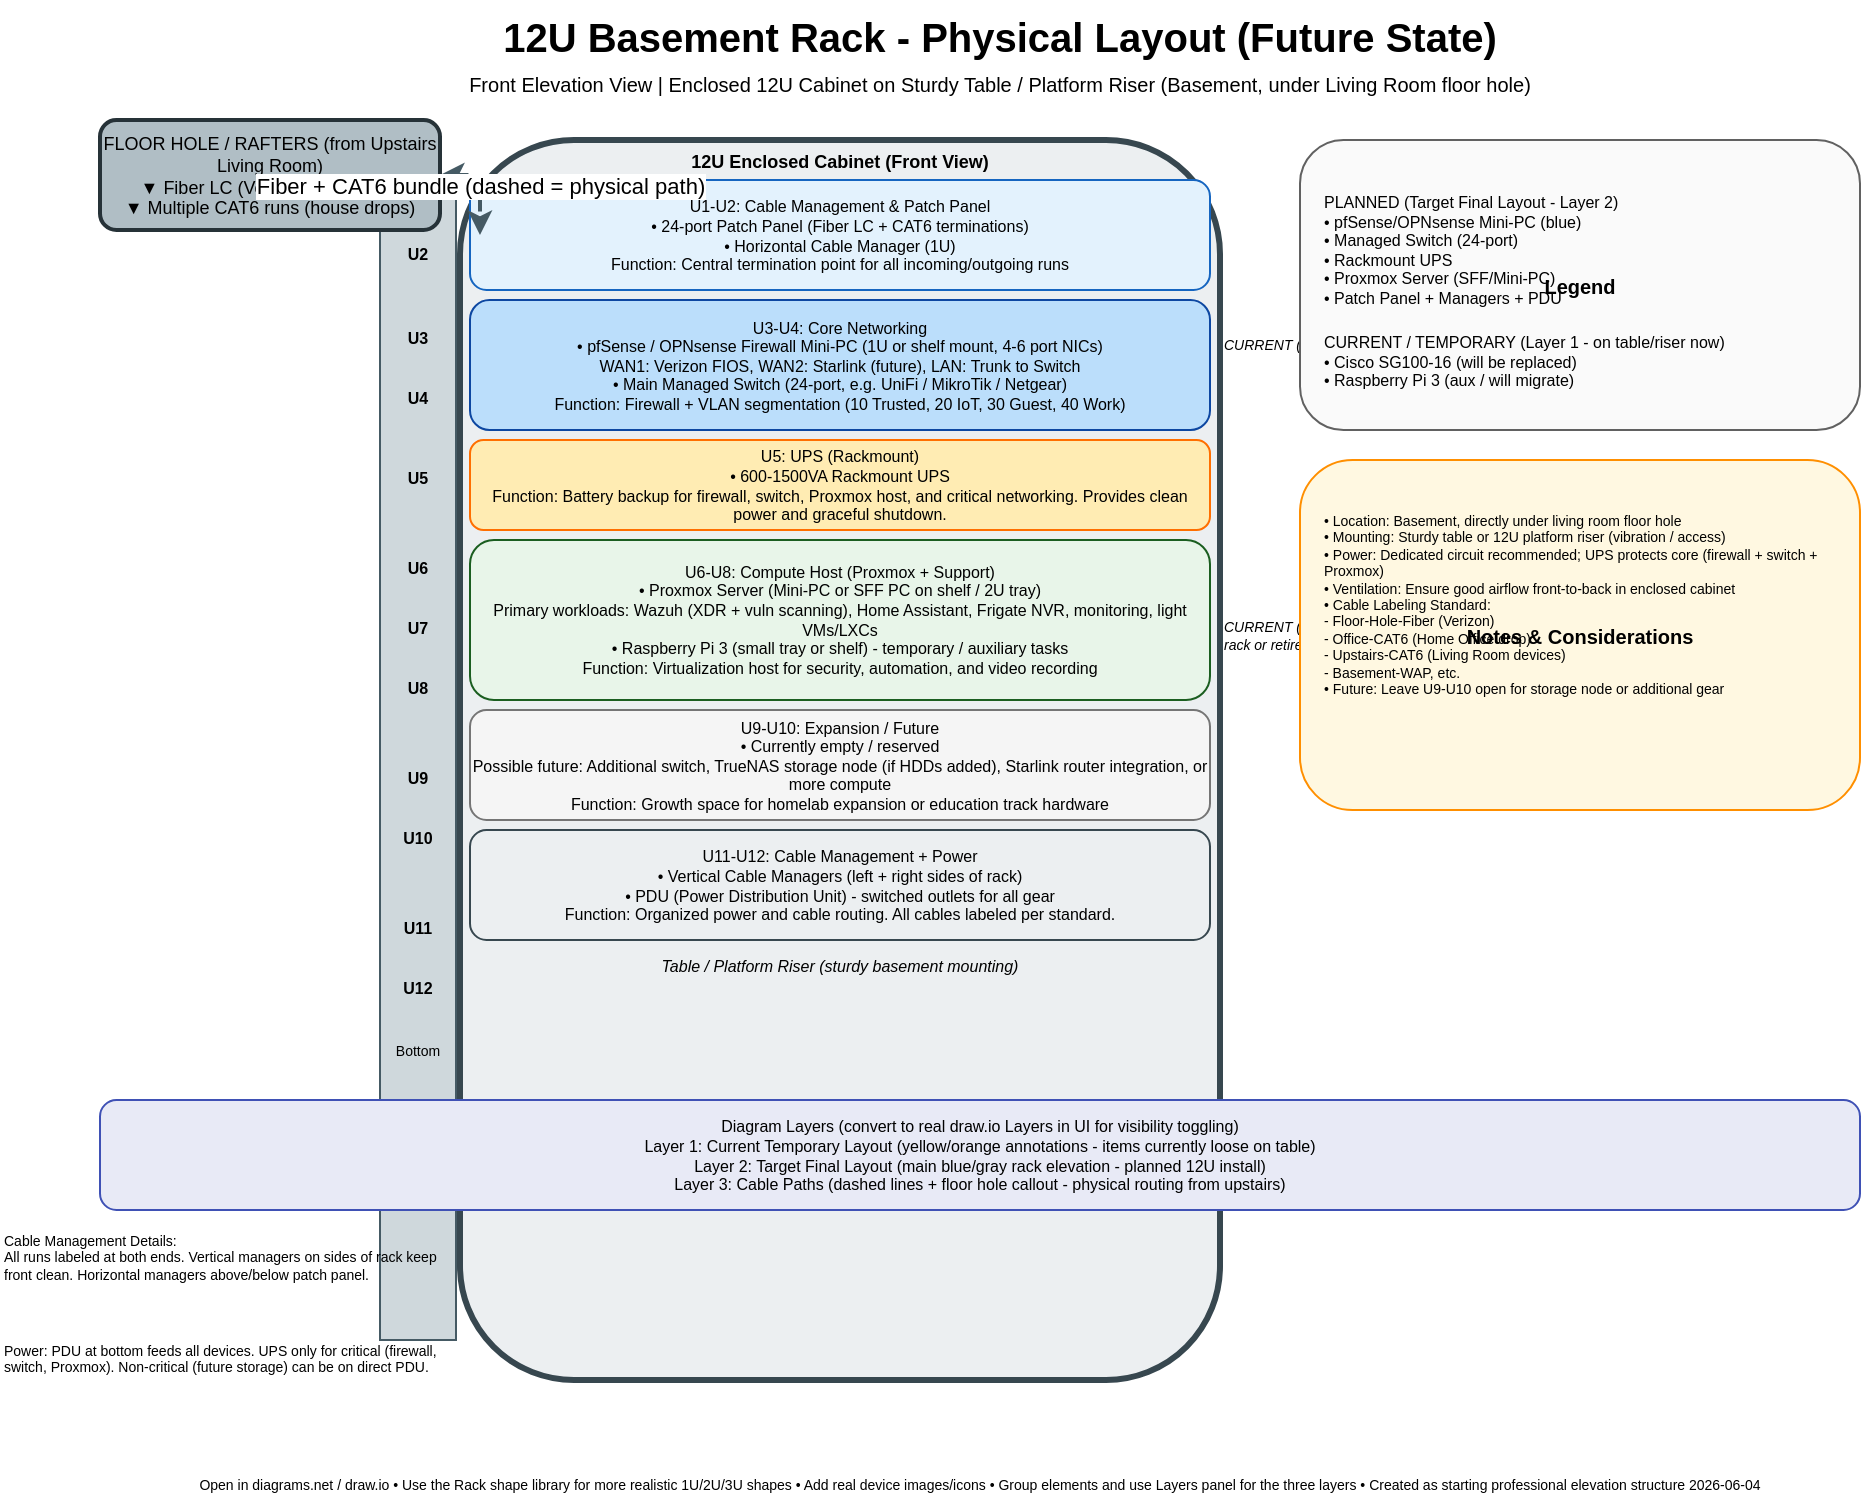
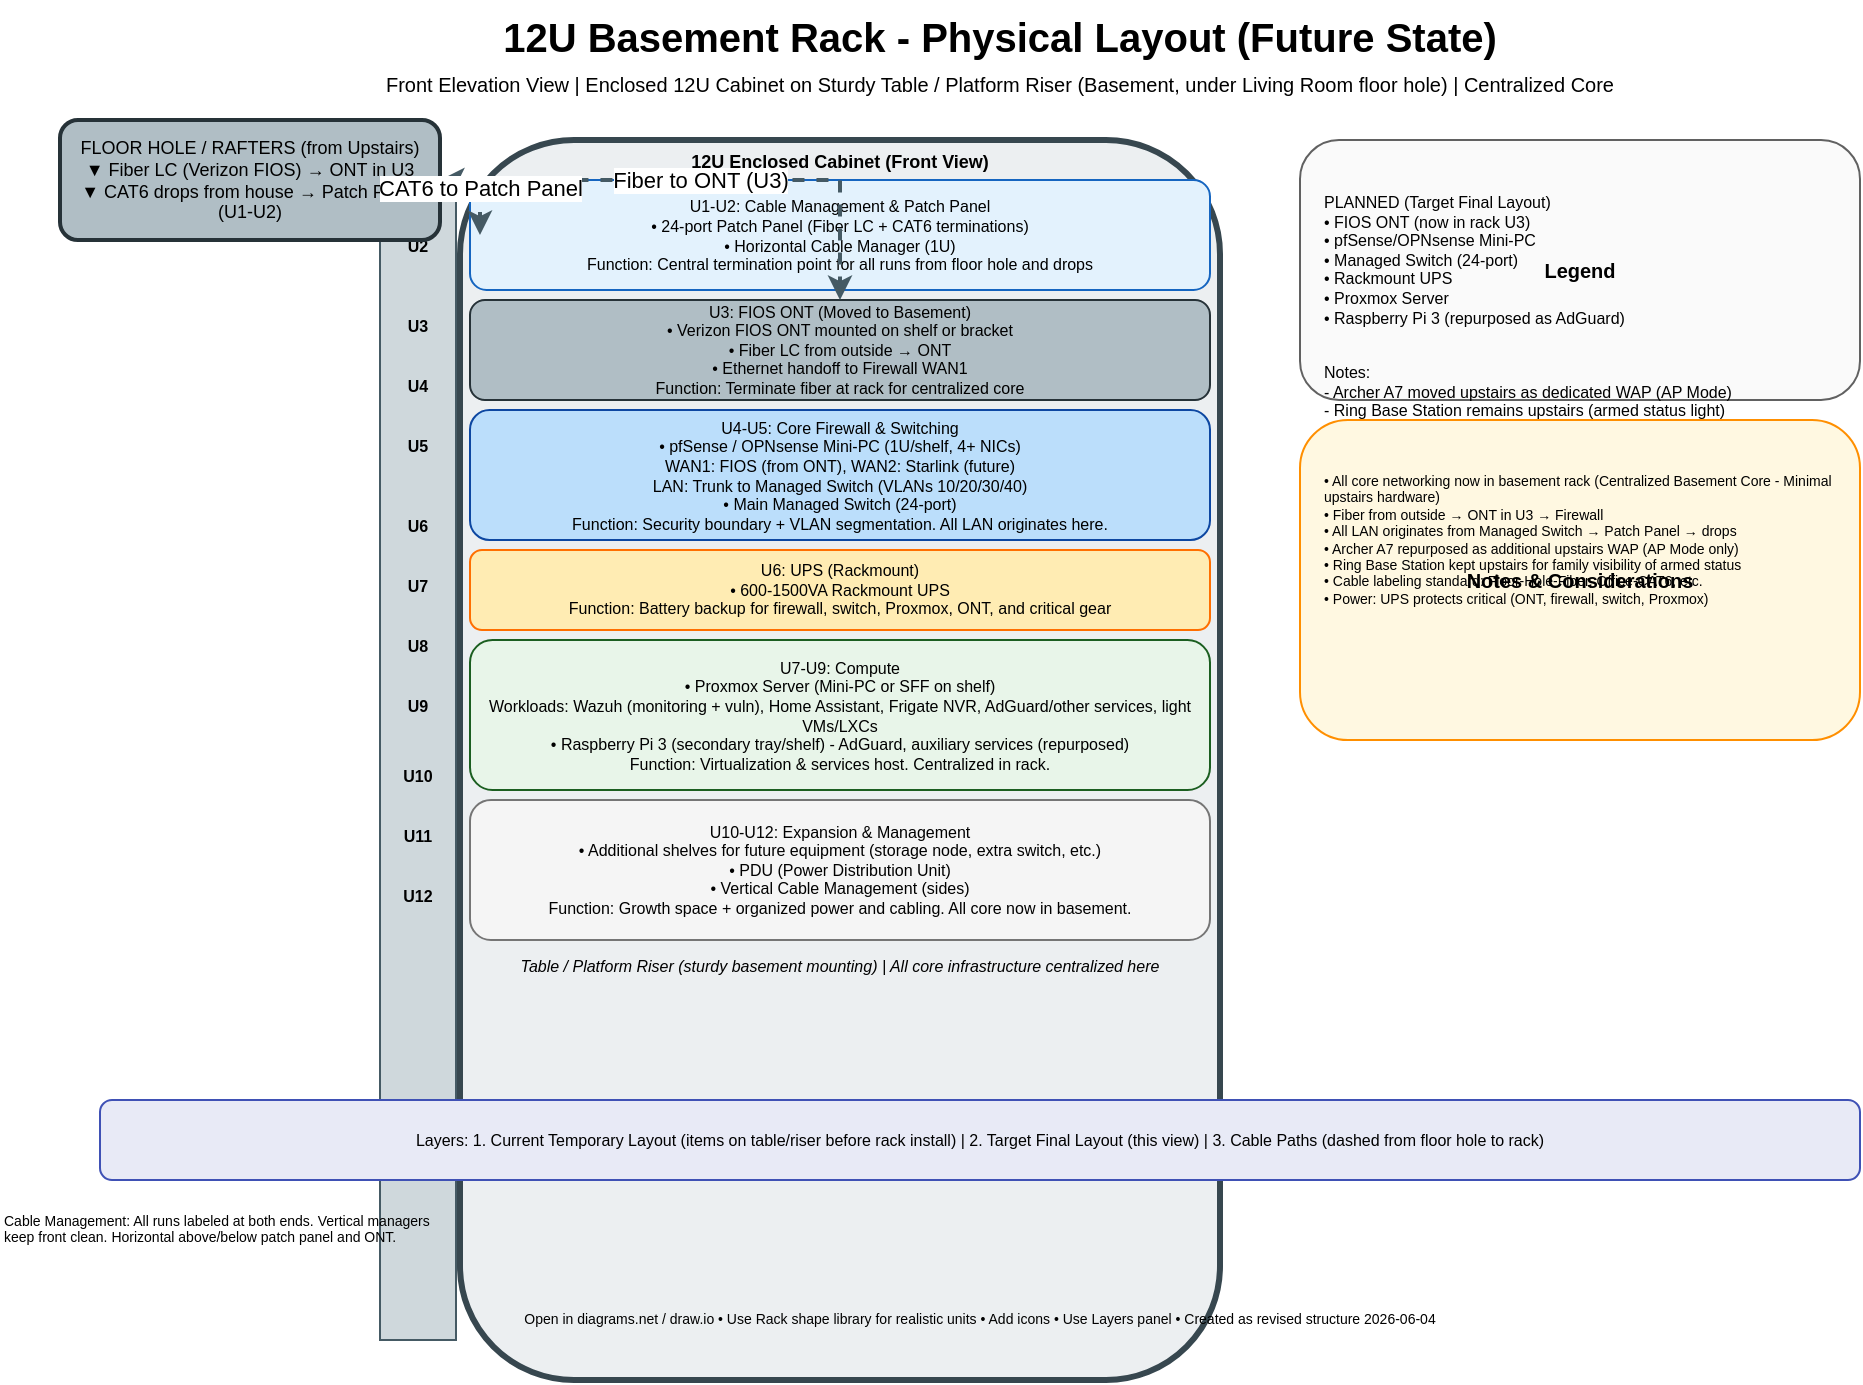
- <mxfile host="app.diagrams.net" modified="2026-06-04T14:30:00.000Z" agent="Grok-4.3" version="24.0.0" etag="rack-layout-v1">
-   <diagram name="12U Basement Rack - Physical Layout (Future State)" id="rack-12u-elevation">
+ <mxfile host="app.diagrams.net" modified="2026-06-04T15:00:00.000Z" agent="Grok-4.3" version="24.0.0" etag="rack-layout-revised">
+   <diagram name="12U Basement Rack - Physical Layout (Future State)" id="rack-12u-revised">
    <mxGraphModel dx="1200" dy="900" grid="1" gridSize="10" guides="1" tooltips="1" connect="1" arrows="1" fold="1" page="1" pageScale="1" pageWidth="1100" pageHeight="1200" math="0" shadow="0">
      <root>
        <mxCell id="0" />
        <mxCell id="1" parent="0" />

-         <!-- ==================== TITLE ==================== -->
+         <!-- Title -->
        <mxCell id="title" value="12U Basement Rack - Physical Layout (Future State)" style="text;html=1;strokeColor=none;fillColor=none;align=center;verticalAlign=middle;whiteSpace=wrap;rounded=0;fontSize=20;fontStyle=1;color=#1565C0;" vertex="1" parent="1">
          <mxGeometry x="200" y="10" width="700" height="35" as="geometry" />
        </mxCell>
-         <mxCell id="subtitle" value="Front Elevation View | Enclosed 12U Cabinet on Sturdy Table / Platform Riser (Basement, under Living Room floor hole)" style="text;html=1;strokeColor=none;fillColor=none;align=center;verticalAlign=middle;whiteSpace=wrap;rounded=0;fontSize=10;color=#424242;" vertex="1" parent="1">
+         <mxCell id="subtitle" value="Front Elevation View | Enclosed 12U Cabinet on Sturdy Table / Platform Riser (Basement, under Living Room floor hole) | Centralized Core" style="text;html=1;strokeColor=none;fillColor=none;align=center;verticalAlign=middle;whiteSpace=wrap;rounded=0;fontSize=10;color=#424242;" vertex="1" parent="1">
          <mxGeometry x="150" y="42" width="800" height="20" as="geometry" />
        </mxCell>

-         <!-- ==================== RACK FRAME ==================== -->
-         <!-- Outer Rack Cabinet -->
+         <!-- Rack Frame -->
        <mxCell id="rack-frame" value="" style="rounded=1;whiteSpace=wrap;html=1;fillColor=#ECEFF1;strokeColor=#37474F;strokeWidth=3;" vertex="1" parent="1">
          <mxGeometry x="280" y="80" width="380" height="620" as="geometry" />
        </mxCell>
        <mxCell id="rack-frame-top" value="12U Enclosed Cabinet (Front View)" style="text;html=1;strokeColor=none;fillColor=none;align=center;verticalAlign=middle;whiteSpace=wrap;rounded=0;fontSize=9;fontStyle=1;color=#37474F;" vertex="1" parent="1">
          <mxGeometry x="280" y="82" width="380" height="18" as="geometry" />
        </mxCell>

-         <!-- U Ruler / Labels on left side of rack -->
+         <!-- U Ruler left -->
        <mxCell id="u-ruler-bg" value="" style="rounded=0;whiteSpace=wrap;html=1;fillColor=#CFD8DC;strokeColor=#455A64;strokeWidth=1;" vertex="1" parent="1">
          <mxGeometry x="240" y="100" width="38" height="580" as="geometry" />
        </mxCell>

-         <!-- U labels (approximate positions; U1 top) -->
+         <!-- U labels U1 (top) to U12 (bottom) -->
        <mxCell id="u1-label" value="U1" style="text;html=1;strokeColor=none;fillColor=none;align=center;verticalAlign=middle;whiteSpace=wrap;rounded=0;fontSize=8;fontStyle=1;" vertex="1" parent="1">
-           <mxGeometry x="240" y="102" width="38" height="18" as="geometry" />
+           <mxGeometry x="240" y="102" width="38" height="16" as="geometry" />
        </mxCell>
        <mxCell id="u2-label" value="U2" style="text;html=1;strokeColor=none;fillColor=none;align=center;verticalAlign=middle;whiteSpace=wrap;rounded=0;fontSize=8;fontStyle=1;" vertex="1" parent="1">
-           <mxGeometry x="240" y="128" width="38" height="18" as="geometry" />
+           <mxGeometry x="240" y="125" width="38" height="16" as="geometry" />
        </mxCell>
        <mxCell id="u3-label" value="U3" style="text;html=1;strokeColor=none;fillColor=none;align=center;verticalAlign=middle;whiteSpace=wrap;rounded=0;fontSize=8;fontStyle=1;" vertex="1" parent="1">
-           <mxGeometry x="240" y="170" width="38" height="18" as="geometry" />
+           <mxGeometry x="240" y="165" width="38" height="16" as="geometry" />
        </mxCell>
        <mxCell id="u4-label" value="U4" style="text;html=1;strokeColor=none;fillColor=none;align=center;verticalAlign=middle;whiteSpace=wrap;rounded=0;fontSize=8;fontStyle=1;" vertex="1" parent="1">
-           <mxGeometry x="240" y="200" width="38" height="18" as="geometry" />
+           <mxGeometry x="240" y="195" width="38" height="16" as="geometry" />
        </mxCell>
        <mxCell id="u5-label" value="U5" style="text;html=1;strokeColor=none;fillColor=none;align=center;verticalAlign=middle;whiteSpace=wrap;rounded=0;fontSize=8;fontStyle=1;" vertex="1" parent="1">
-           <mxGeometry x="240" y="240" width="38" height="18" as="geometry" />
+           <mxGeometry x="240" y="225" width="38" height="16" as="geometry" />
        </mxCell>
        <mxCell id="u6-label" value="U6" style="text;html=1;strokeColor=none;fillColor=none;align=center;verticalAlign=middle;whiteSpace=wrap;rounded=0;fontSize=8;fontStyle=1;" vertex="1" parent="1">
-           <mxGeometry x="240" y="285" width="38" height="18" as="geometry" />
+           <mxGeometry x="240" y="265" width="38" height="16" as="geometry" />
        </mxCell>
        <mxCell id="u7-label" value="U7" style="text;html=1;strokeColor=none;fillColor=none;align=center;verticalAlign=middle;whiteSpace=wrap;rounded=0;fontSize=8;fontStyle=1;" vertex="1" parent="1">
-           <mxGeometry x="240" y="315" width="38" height="18" as="geometry" />
+           <mxGeometry x="240" y="295" width="38" height="16" as="geometry" />
        </mxCell>
        <mxCell id="u8-label" value="U8" style="text;html=1;strokeColor=none;fillColor=none;align=center;verticalAlign=middle;whiteSpace=wrap;rounded=0;fontSize=8;fontStyle=1;" vertex="1" parent="1">
-           <mxGeometry x="240" y="345" width="38" height="18" as="geometry" />
+           <mxGeometry x="240" y="325" width="38" height="16" as="geometry" />
        </mxCell>
        <mxCell id="u9-label" value="U9" style="text;html=1;strokeColor=none;fillColor=none;align=center;verticalAlign=middle;whiteSpace=wrap;rounded=0;fontSize=8;fontStyle=1;" vertex="1" parent="1">
-           <mxGeometry x="240" y="390" width="38" height="18" as="geometry" />
+           <mxGeometry x="240" y="355" width="38" height="16" as="geometry" />
        </mxCell>
        <mxCell id="u10-label" value="U10" style="text;html=1;strokeColor=none;fillColor=none;align=center;verticalAlign=middle;whiteSpace=wrap;rounded=0;fontSize=8;fontStyle=1;" vertex="1" parent="1">
-           <mxGeometry x="240" y="420" width="38" height="18" as="geometry" />
+           <mxGeometry x="240" y="390" width="38" height="16" as="geometry" />
        </mxCell>
        <mxCell id="u11-label" value="U11" style="text;html=1;strokeColor=none;fillColor=none;align=center;verticalAlign=middle;whiteSpace=wrap;rounded=0;fontSize=8;fontStyle=1;" vertex="1" parent="1">
-           <mxGeometry x="240" y="465" width="38" height="18" as="geometry" />
+           <mxGeometry x="240" y="420" width="38" height="16" as="geometry" />
        </mxCell>
        <mxCell id="u12-label" value="U12" style="text;html=1;strokeColor=none;fillColor=none;align=center;verticalAlign=middle;whiteSpace=wrap;rounded=0;fontSize=8;fontStyle=1;" vertex="1" parent="1">
-           <mxGeometry x="240" y="495" width="38" height="18" as="geometry" />
-         </mxCell>
-         <mxCell id="u-bottom" value="Bottom" style="text;html=1;strokeColor=none;fillColor=none;align=center;verticalAlign=middle;whiteSpace=wrap;rounded=0;fontSize=7;" vertex="1" parent="1">
-           <mxGeometry x="240" y="530" width="38" height="12" as="geometry" />
+           <mxGeometry x="240" y="450" width="38" height="16" as="geometry" />
        </mxCell>

-         <!-- ==================== U1-U2: Cable Management & Patch Panel (TOP) ==================== -->
-         <mxCell id="u1-u2" value="U1-U2: Cable Management &amp; Patch Panel&#10;• 24-port Patch Panel (Fiber LC + CAT6 terminations)&#10;• Horizontal Cable Manager (1U)&#10;Function: Central termination point for all incoming/outgoing runs" style="rounded=1;whiteSpace=wrap;html=1;fillColor=#E3F2FD;strokeColor=#1565C0;strokeWidth=1;fontSize=8;" vertex="1" parent="1">
+         <!-- U1-U2: Cable Management & Patch Panel -->
+         <mxCell id="u1-u2" value="U1-U2: Cable Management &amp; Patch Panel&#10;• 24-port Patch Panel (Fiber LC + CAT6 terminations)&#10;• Horizontal Cable Manager (1U)&#10;Function: Central termination point for all runs from floor hole and drops" style="rounded=1;whiteSpace=wrap;html=1;fillColor=#E3F2FD;strokeColor=#1565C0;strokeWidth=1;fontSize=8;" vertex="1" parent="1">
          <mxGeometry x="285" y="100" width="370" height="55" as="geometry" />
        </mxCell>

-         <!-- ==================== U3-U4: Core Networking ==================== -->
-         <mxCell id="u3-u4" value="U3-U4: Core Networking&#10;• pfSense / OPNsense Firewall Mini-PC (1U or shelf mount, 4-6 port NICs)&#10;  WAN1: Verizon FIOS, WAN2: Starlink (future), LAN: Trunk to Switch&#10;• Main Managed Switch (24-port, e.g. UniFi / MikroTik / Netgear)&#10;Function: Firewall + VLAN segmentation (10 Trusted, 20 IoT, 30 Guest, 40 Work)" style="rounded=1;whiteSpace=wrap;html=1;fillColor=#BBDEFB;strokeColor=#0D47A1;strokeWidth=1;fontSize=8;" vertex="1" parent="1">
-           <mxGeometry x="285" y="160" width="370" height="65" as="geometry" />
-         </mxCell>
-         <!-- Small indicator for current Cisco (temporary) -->
-         <mxCell id="u3-current-note" value="CURRENT (temp on table): Cisco SG100-16" style="text;html=1;strokeColor=none;fillColor=none;align=left;verticalAlign=middle;whiteSpace=wrap;rounded=0;fontSize=7;color=#E65100;fontStyle=2;" vertex="1" parent="1">
-           <mxGeometry x="660" y="175" width="150" height="15" as="geometry" />
+         <!-- U3: FIOS ONT (moved to rack) -->
+         <mxCell id="u3-ont" value="U3: FIOS ONT (Moved to Basement)&#10;• Verizon FIOS ONT mounted on shelf or bracket&#10;• Fiber LC from outside → ONT&#10;• Ethernet handoff to Firewall WAN1&#10;Function: Terminate fiber at rack for centralized core" style="rounded=1;whiteSpace=wrap;html=1;fillColor=#B0BEC5;strokeColor=#263238;strokeWidth=1;fontSize=8;" vertex="1" parent="1">
+           <mxGeometry x="285" y="160" width="370" height="50" as="geometry" />
        </mxCell>

-         <!-- ==================== U5: UPS ==================== -->
-         <mxCell id="u5-ups" value="U5: UPS (Rackmount)&#10;• 600-1500VA Rackmount UPS&#10;Function: Battery backup for firewall, switch, Proxmox host, and critical networking. Provides clean power and graceful shutdown." style="rounded=1;whiteSpace=wrap;html=1;fillColor=#FFECB3;strokeColor=#FF6F00;strokeWidth=1;fontSize=8;" vertex="1" parent="1">
-           <mxGeometry x="285" y="230" width="370" height="45" as="geometry" />
+         <!-- U4-U5: Core Firewall & Switching -->
+         <mxCell id="u4-u5" value="U4-U5: Core Firewall &amp; Switching&#10;• pfSense / OPNsense Mini-PC (1U/shelf, 4+ NICs)&#10;  WAN1: FIOS (from ONT), WAN2: Starlink (future)&#10;  LAN: Trunk to Managed Switch (VLANs 10/20/30/40)&#10;• Main Managed Switch (24-port)&#10;Function: Security boundary + VLAN segmentation. All LAN originates here." style="rounded=1;whiteSpace=wrap;html=1;fillColor=#BBDEFB;strokeColor=#0D47A1;strokeWidth=1;fontSize=8;" vertex="1" parent="1">
+           <mxGeometry x="285" y="215" width="370" height="65" as="geometry" />
        </mxCell>

-         <!-- ==================== U6-U8: Compute Host ==================== -->
-         <mxCell id="u6-u8" value="U6-U8: Compute Host (Proxmox + Support)&#10;• Proxmox Server (Mini-PC or SFF PC on shelf / 2U tray)&#10;  Primary workloads: Wazuh (XDR + vuln scanning), Home Assistant, Frigate NVR, monitoring, light VMs/LXCs&#10;• Raspberry Pi 3 (small tray or shelf) - temporary / auxiliary tasks&#10;Function: Virtualization host for security, automation, and video recording" style="rounded=1;whiteSpace=wrap;html=1;fillColor=#E8F5E9;strokeColor=#1B5E20;strokeWidth=1;fontSize=8;" vertex="1" parent="1">
-           <mxGeometry x="285" y="280" width="370" height="80" as="geometry" />
-         </mxCell>
-         <mxCell id="u6-current-note" value="CURRENT (temp): Raspberry Pi 3 (will move to rack or retire)" style="text;html=1;strokeColor=none;fillColor=none;align=left;verticalAlign=middle;whiteSpace=wrap;rounded=0;fontSize=7;color=#E65100;fontStyle=2;" vertex="1" parent="1">
-           <mxGeometry x="660" y="320" width="160" height="15" as="geometry" />
+         <!-- U6: UPS -->
+         <mxCell id="u6-ups" value="U6: UPS (Rackmount)&#10;• 600-1500VA Rackmount UPS&#10;Function: Battery backup for firewall, switch, Proxmox, ONT, and critical gear" style="rounded=1;whiteSpace=wrap;html=1;fillColor=#FFECB3;strokeColor=#FF6F00;strokeWidth=1;fontSize=8;" vertex="1" parent="1">
+           <mxGeometry x="285" y="285" width="370" height="40" as="geometry" />
        </mxCell>

-         <!-- ==================== U9-U10: Expansion / Future ==================== -->
-         <mxCell id="u9-u10" value="U9-U10: Expansion / Future&#10;• Currently empty / reserved&#10;Possible future: Additional switch, TrueNAS storage node (if HDDs added), Starlink router integration, or more compute&#10;Function: Growth space for homelab expansion or education track hardware" style="rounded=1;whiteSpace=wrap;html=1;fillColor=#F5F5F5;strokeColor=#757575;strokeWidth=1;fontSize=8;" vertex="1" parent="1">
-           <mxGeometry x="285" y="365" width="370" height="55" as="geometry" />
+         <!-- U7-U9: Compute -->
+         <mxCell id="u7-u9" value="U7-U9: Compute&#10;• Proxmox Server (Mini-PC or SFF on shelf)&#10;  Workloads: Wazuh (monitoring + vuln), Home Assistant, Frigate NVR, AdGuard/other services, light VMs/LXCs&#10;• Raspberry Pi 3 (secondary tray/shelf) - AdGuard, auxiliary services (repurposed)&#10;Function: Virtualization &amp; services host. Centralized in rack." style="rounded=1;whiteSpace=wrap;html=1;fillColor=#E8F5E9;strokeColor=#1B5E20;strokeWidth=1;fontSize=8;" vertex="1" parent="1">
+           <mxGeometry x="285" y="330" width="370" height="75" as="geometry" />
        </mxCell>

-         <!-- ==================== U11-U12: Cable Management + Power (BOTTOM) ==================== -->
-         <mxCell id="u11-u12" value="U11-U12: Cable Management + Power&#10;• Vertical Cable Managers (left + right sides of rack)&#10;• PDU (Power Distribution Unit) - switched outlets for all gear&#10;Function: Organized power and cable routing. All cables labeled per standard." style="rounded=1;whiteSpace=wrap;html=1;fillColor=#ECEFF1;strokeColor=#37474F;strokeWidth=1;fontSize=8;" vertex="1" parent="1">
-           <mxGeometry x="285" y="425" width="370" height="55" as="geometry" />
+         <!-- U10-U12: Expansion & Management -->
+         <mxCell id="u10-u12" value="U10-U12: Expansion &amp; Management&#10;• Additional shelves for future equipment (storage node, extra switch, etc.)&#10;• PDU (Power Distribution Unit)&#10;• Vertical Cable Management (sides)&#10;Function: Growth space + organized power and cabling. All core now in basement." style="rounded=1;whiteSpace=wrap;html=1;fillColor=#F5F5F5;strokeColor=#757575;strokeWidth=1;fontSize=8;" vertex="1" parent="1">
+           <mxGeometry x="285" y="410" width="370" height="70" as="geometry" />
        </mxCell>

-         <!-- Rack bottom label -->
-         <mxCell id="rack-bottom-label" value="Table / Platform Riser (sturdy basement mounting)" style="text;html=1;strokeColor=none;fillColor=none;align=center;verticalAlign=middle;whiteSpace=wrap;rounded=0;fontSize=8;fontStyle=2;color=#37474F;" vertex="1" parent="1">
+         <mxCell id="rack-bottom" value="Table / Platform Riser (sturdy basement mounting) | All core infrastructure centralized here" style="text;html=1;strokeColor=none;fillColor=none;align=center;verticalAlign=middle;whiteSpace=wrap;rounded=0;fontSize=8;fontStyle=2;color=#37474F;" vertex="1" parent="1">
          <mxGeometry x="280" y="485" width="380" height="15" as="geometry" />
        </mxCell>

-         <!-- ==================== INCOMING CABLES / FLOOR HOLE CALLOUT (TOP) ==================== -->
-         <mxCell id="floor-hole-box" value="FLOOR HOLE / RAFTERS (from Upstairs Living Room)&#10;▼ Fiber LC (Verizon FIOS ONT)&#10;▼ Multiple CAT6 runs (house drops)" style="rounded=1;whiteSpace=wrap;html=1;fillColor=#B0BEC5;strokeColor=#263238;strokeWidth=2;fontSize=9;" vertex="1" parent="1">
-           <mxGeometry x="100" y="70" width="170" height="55" as="geometry" />
+         <!-- Incoming from floor hole now to ONT in rack -->
+         <mxCell id="floor-hole-box" value="FLOOR HOLE / RAFTERS (from Upstairs)&#10;▼ Fiber LC (Verizon FIOS) → ONT in U3&#10;▼ CAT6 drops from house → Patch Panel (U1-U2)" style="rounded=1;whiteSpace=wrap;html=1;fillColor=#B0BEC5;strokeColor=#263238;strokeWidth=2;fontSize=9;" vertex="1" parent="1">
+           <mxGeometry x="80" y="70" width="190" height="60" as="geometry" />
        </mxCell>

-         <!-- Dashed cable path into rack (top) -->
-         <mxCell id="cable-path-fiber" value="Fiber + CAT6 bundle (dashed = physical path)" style="edgeStyle=orthogonalEdgeStyle;rounded=0;orthogonalLoop=1;jettySize=auto;html=1;dashed=1;strokeColor=#455A64;strokeWidth=2;startArrow=classic;startFill=1;" edge="1" parent="1" source="floor-hole-box" target="u1-u2">
+         <mxCell id="cable-to-ont" value="Fiber to ONT (U3)" style="edgeStyle=orthogonalEdgeStyle;rounded=0;orthogonalLoop=1;jettySize=auto;html=1;dashed=1;strokeColor=#455A64;strokeWidth=2;startArrow=classic;startFill=1;" edge="1" parent="1" source="floor-hole-box" target="u3-ont">
          <mxGeometry relative="1" as="geometry" />
        </mxCell>

-         <!-- ==================== LEGEND ==================== -->
-         <mxCell id="legend-box" value="Legend" style="rounded=1;whiteSpace=wrap;html=1;fillColor=#FAFAFA;strokeColor=#616161;strokeWidth=1;fontSize=10;fontStyle=1;" vertex="1" parent="1">
-           <mxGeometry x="700" y="80" width="280" height="145" as="geometry" />
-         </mxCell>
-         <mxCell id="legend-planned" value="PLANNED (Target Final Layout - Layer 2)&#10;• pfSense/OPNsense Mini-PC (blue)&#10;• Managed Switch (24-port)&#10;• Rackmount UPS&#10;• Proxmox Server (SFF/Mini-PC)&#10;• Patch Panel + Managers + PDU" style="text;html=1;strokeColor=none;fillColor=none;align=left;verticalAlign=top;whiteSpace=wrap;rounded=0;fontSize=8;" vertex="1" parent="1">
-           <mxGeometry x="710" y="100" width="260" height="70" as="geometry" />
-         </mxCell>
-         <mxCell id="legend-current" value="CURRENT / TEMPORARY (Layer 1 - on table/riser now)&#10;• Cisco SG100-16 (will be replaced)&#10;• Raspberry Pi 3 (aux / will migrate)" style="text;html=1;strokeColor=none;fillColor=none;align=left;verticalAlign=top;whiteSpace=wrap;rounded=0;fontSize=8;color=#E65100;" vertex="1" parent="1">
-           <mxGeometry x="710" y="170" width="260" height="40" as="geometry" />
+         <mxCell id="cable-to-patch" value="CAT6 to Patch Panel" style="edgeStyle=orthogonalEdgeStyle;rounded=0;orthogonalLoop=1;jettySize=auto;html=1;dashed=1;strokeColor=#455A64;strokeWidth=2;" edge="1" parent="1" source="floor-hole-box" target="u1-u2">
+           <mxGeometry relative="1" as="geometry" />
        </mxCell>

-         <!-- ==================== NOTES SECTION ==================== -->
-         <mxCell id="notes-box" value="Notes &amp; Considerations" style="rounded=1;whiteSpace=wrap;html=1;fillColor=#FFF8E1;strokeColor=#FF8F00;strokeWidth=1;fontSize=10;fontStyle=1;" vertex="1" parent="1">
-           <mxGeometry x="700" y="240" width="280" height="175" as="geometry" />
+         <!-- Legend -->
+         <mxCell id="legend-box" value="Legend" style="rounded=1;whiteSpace=wrap;html=1;fillColor=#FAFAFA;strokeColor=#616161;strokeWidth=1;fontSize=10;fontStyle=1;" vertex="1" parent="1">
+           <mxGeometry x="700" y="80" width="280" height="130" as="geometry" />
        </mxCell>
-         <mxCell id="notes-content" value="• Location: Basement, directly under living room floor hole&#10;• Mounting: Sturdy table or 12U platform riser (vibration / access)&#10;• Power: Dedicated circuit recommended; UPS protects core (firewall + switch + Proxmox)&#10;• Ventilation: Ensure good airflow front-to-back in enclosed cabinet&#10;• Cable Labeling Standard:&#10;  - Floor-Hole-Fiber (Verizon)&#10;  - Office-CAT6 (Home Office drop)&#10;  - Upstairs-CAT6 (Living Room devices)&#10;  - Basement-WAP, etc.&#10;• Future: Leave U9-U10 open for storage node or additional gear" style="text;html=1;strokeColor=none;fillColor=none;align=left;verticalAlign=top;whiteSpace=wrap;rounded=0;fontSize=7;" vertex="1" parent="1">
-           <mxGeometry x="710" y="260" width="260" height="150" as="geometry" />
+         <mxCell id="legend-planned" value="PLANNED (Target Final Layout)&#10;• FIOS ONT (now in rack U3)&#10;• pfSense/OPNsense Mini-PC&#10;• Managed Switch (24-port)&#10;• Rackmount UPS&#10;• Proxmox Server&#10;• Raspberry Pi 3 (repurposed as AdGuard)" style="text;html=1;strokeColor=none;fillColor=none;align=left;verticalAlign=top;whiteSpace=wrap;rounded=0;fontSize=8;" vertex="1" parent="1">
+           <mxGeometry x="710" y="100" width="260" height="85" as="geometry" />
+         </mxCell>
+         <mxCell id="legend-notes" value="Notes:&#10;- Archer A7 moved upstairs as dedicated WAP (AP Mode)&#10;- Ring Base Station remains upstairs (armed status light)" style="text;html=1;strokeColor=none;fillColor=none;align=left;verticalAlign=top;whiteSpace=wrap;rounded=0;fontSize=8;color=#1565C0;" vertex="1" parent="1">
+           <mxGeometry x="710" y="185" width="260" height="30" as="geometry" />
        </mxCell>

-         <!-- ==================== LAYERS INDICATOR ==================== -->
-         <mxCell id="layers-box" value="Diagram Layers (convert to real draw.io Layers in UI for visibility toggling)&#10;Layer 1: Current Temporary Layout (yellow/orange annotations - items currently loose on table)&#10;Layer 2: Target Final Layout (main blue/gray rack elevation - planned 12U install)&#10;Layer 3: Cable Paths (dashed lines + floor hole callout - physical routing from upstairs)" style="rounded=1;whiteSpace=wrap;html=1;fillColor=#E8EAF6;strokeColor=#3F51B5;strokeWidth=1;fontSize=8;" vertex="1" parent="1">
-           <mxGeometry x="100" y="560" width="880" height="55" as="geometry" />
+         <!-- Notes box -->
+         <mxCell id="notes-box" value="Notes &amp; Considerations" style="rounded=1;whiteSpace=wrap;html=1;fillColor=#FFF8E1;strokeColor=#FF8F00;strokeWidth=1;fontSize=10;fontStyle=1;" vertex="1" parent="1">
+           <mxGeometry x="700" y="220" width="280" height="160" as="geometry" />
+         </mxCell>
+         <mxCell id="notes-content" value="• All core networking now in basement rack (Centralized Basement Core - Minimal upstairs hardware)&#10;• Fiber from outside → ONT in U3 → Firewall&#10;• All LAN originates from Managed Switch → Patch Panel → drops&#10;• Archer A7 repurposed as additional upstairs WAP (AP Mode only)&#10;• Ring Base Station kept upstairs for family visibility of armed status&#10;• Cable labeling standard: Floor-Hole-Fiber, Office-CAT6, etc.&#10;• Power: UPS protects critical (ONT, firewall, switch, Proxmox)" style="text;html=1;strokeColor=none;fillColor=none;align=left;verticalAlign=top;whiteSpace=wrap;rounded=0;fontSize=7;" vertex="1" parent="1">
+           <mxGeometry x="710" y="240" width="260" height="135" as="geometry" />
        </mxCell>

-         <!-- ==================== ADDITIONAL CALLOUTS & DETAILS ==================== -->
-         <mxCell id="cable-detail" value="Cable Management Details:&#10;All runs labeled at both ends. Vertical managers on sides of rack keep front clean. Horizontal managers above/below patch panel." style="text;html=1;strokeColor=none;fillColor=none;align=left;verticalAlign=top;whiteSpace=wrap;rounded=0;fontSize=7;" vertex="1" parent="1">
-           <mxGeometry x="50" y="620" width="220" height="50" as="geometry" />
+         <!-- Layers note -->
+         <mxCell id="layers-box" value="Layers: 1. Current Temporary Layout (items on table/riser before rack install) | 2. Target Final Layout (this view) | 3. Cable Paths (dashed from floor hole to rack)" style="rounded=1;whiteSpace=wrap;html=1;fillColor=#E8EAF6;strokeColor=#3F51B5;strokeWidth=1;fontSize=8;" vertex="1" parent="1">
+           <mxGeometry x="100" y="560" width="880" height="40" as="geometry" />
        </mxCell>

-         <mxCell id="power-detail" value="Power: PDU at bottom feeds all devices. UPS only for critical (firewall, switch, Proxmox). Non-critical (future storage) can be on direct PDU." style="text;html=1;strokeColor=none;fillColor=none;align=left;verticalAlign=top;whiteSpace=wrap;rounded=0;fontSize=7;" vertex="1" parent="1">
-           <mxGeometry x="50" y="675" width="220" height="45" as="geometry" />
+         <mxCell id="cable-detail" value="Cable Management: All runs labeled at both ends. Vertical managers keep front clean. Horizontal above/below patch panel and ONT." style="text;html=1;strokeColor=none;fillColor=none;align=left;verticalAlign=top;whiteSpace=wrap;rounded=0;fontSize=7;" vertex="1" parent="1">
+           <mxGeometry x="50" y="610" width="220" height="40" as="geometry" />
        </mxCell>

-         <!-- Footer -->
-         <mxCell id="footer" value="Open in diagrams.net / draw.io • Use the Rack shape library for more realistic 1U/2U/3U shapes • Add real device images/icons • Group elements and use Layers panel for the three layers • Created as starting professional elevation structure 2026-06-04" style="text;html=1;strokeColor=none;fillColor=none;align=center;verticalAlign=middle;whiteSpace=wrap;rounded=0;fontSize=7;color:#757575;" vertex="1" parent="1">
-           <mxGeometry x="100" y="740" width="880" height="25" as="geometry" />
+         <mxCell id="footer" value="Open in diagrams.net / draw.io • Use Rack shape library for realistic units • Add icons • Use Layers panel • Created as revised structure 2026-06-04" style="text;html=1;strokeColor=none;fillColor=none;align=center;verticalAlign=middle;whiteSpace=wrap;rounded=0;fontSize=7;color=#757575;" vertex="1" parent="1">
+           <mxGeometry x="100" y="660" width="880" height="20" as="geometry" />
        </mxCell>

      </root>
    </mxGraphModel>
  </diagram>
</mxfile>